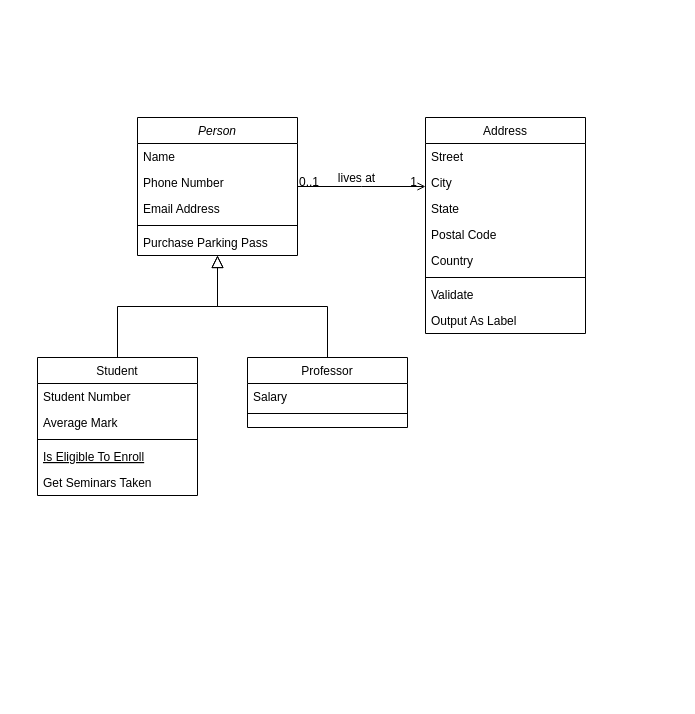
This is resources/charts/enigma_machine_class_diagram.drawio from earlution/enigma-machine, a draw.io file, before an edit. Source tidied: cells renumbered, new cells numbered last; positions are measured from the earlier drawing's top-left corner, leaving out a move shared by most shapes. Both pictures are drawn from the tidied source at 100%, with x=0, y=0 at pixel (37, 117).
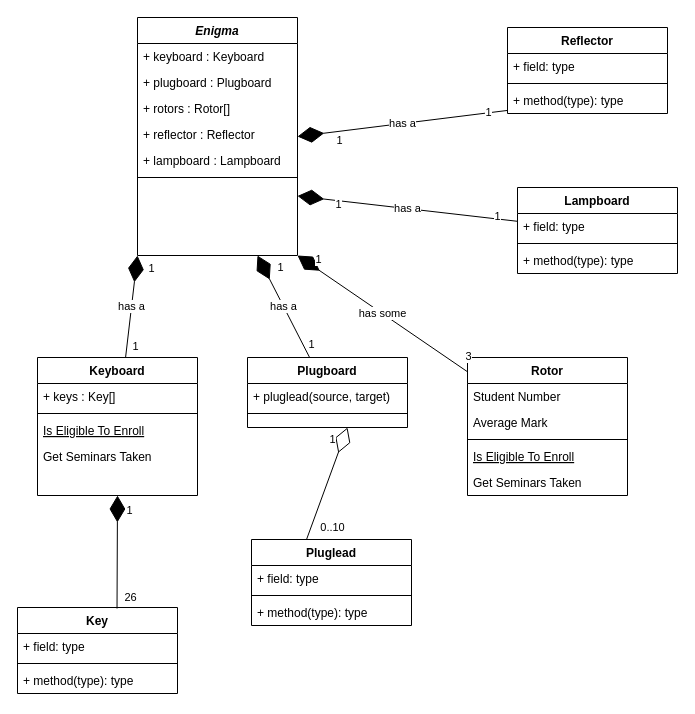
After the change.

Diff of the diagram source:
```diff
@@
-    <mxCell id="2" value="Person" style="swimlane;fontStyle=2;align=center;verticalAlign=top;horizontal=1;startSize=26;rounded=0;shadow=0;strokeWidth=1;" parent="1" vertex="1">
-      <mxGeometry x="100" width="160" height="138" as="geometry" />
+    <mxCell id="2" value="Enigma" style="swimlane;fontStyle=3;align=center;verticalAlign=top;horizontal=1;startSize=26;rounded=0;shadow=0;strokeWidth=1;" parent="1" vertex="1">
+      <mxGeometry x="100" y="-100" width="160" height="238" as="geometry" />
     </mxCell>
-    <mxCell id="3" value="Name" style="text;align=left;verticalAlign=top;spacingLeft=4;spacingRight=4;overflow=hidden;" parent="2" vertex="1">
+    <mxCell id="3" value="+ keyboard : Keyboard" style="text;align=left;verticalAlign=top;spacingLeft=4;spacingRight=4;overflow=hidden;" parent="2" vertex="1">
       <mxGeometry y="26" width="160" height="26" as="geometry" />
     </mxCell>
-    <mxCell id="4" value="Phone Number" style="text;align=left;verticalAlign=top;spacingLeft=4;spacingRight=4;overflow=hidden;rounded=0;shadow=0;html=0;" parent="2" vertex="1">
+    <mxCell id="4" value="+ plugboard : Plugboard" style="text;align=left;verticalAlign=top;spacingLeft=4;spacingRight=4;overflow=hidden;rounded=0;shadow=0;html=0;" parent="2" vertex="1">
       <mxGeometry y="52" width="160" height="26" as="geometry" />
     </mxCell>
-    <mxCell id="5" value="Email Address" style="text;align=left;verticalAlign=top;spacingLeft=4;spacingRight=4;overflow=hidden;rounded=0;shadow=0;html=0;" parent="2" vertex="1">
+    <mxCell id="5" value="+ rotors : Rotor[]&#10;" style="text;align=left;verticalAlign=top;spacingLeft=4;spacingRight=4;overflow=hidden;rounded=0;shadow=0;html=0;" parent="2" vertex="1">
       <mxGeometry y="78" width="160" height="26" as="geometry" />
     </mxCell>
+    <mxCell id="32" value="+ reflector : Reflector&#10;" style="text;align=left;verticalAlign=top;spacingLeft=4;spacingRight=4;overflow=hidden;rounded=0;shadow=0;html=0;" parent="2" vertex="1">
+      <mxGeometry y="104" width="160" height="26" as="geometry" />
+    </mxCell>
+    <mxCell id="33" value="+ lampboard : Lampboard&#10;" style="text;align=left;verticalAlign=top;spacingLeft=4;spacingRight=4;overflow=hidden;rounded=0;shadow=0;html=0;" parent="2" vertex="1">
+      <mxGeometry y="130" width="160" height="26" as="geometry" />
+    </mxCell>
     <mxCell id="6" style="line;html=1;strokeWidth=1;align=left;verticalAlign=middle;spacingTop=-1;spacingLeft=3;spacingRight=3;labelPosition=right;" parent="2" vertex="1">
-      <mxGeometry y="104" width="160" height="8" as="geometry" />
+      <mxGeometry y="156" width="160" height="8" as="geometry" />
     </mxCell>
-    <mxCell id="7" value="Purchase Parking Pass" style="text;align=left;verticalAlign=top;spacingLeft=4;spacingRight=4;overflow=hidden;" parent="2" vertex="1">
-      <mxGeometry y="112" width="160" height="26" as="geometry" />
-    </mxCell>
-    <mxCell id="8" value="Student" style="swimlane;fontStyle=0;align=center;verticalAlign=top;horizontal=1;startSize=26;rounded=0;shadow=0;strokeWidth=1;" parent="1" vertex="1">
+    <mxCell id="8" value="Keyboard" style="swimlane;fontStyle=1;align=center;verticalAlign=top;horizontal=1;startSize=26;rounded=0;shadow=0;strokeWidth=1;" parent="1" vertex="1">
       <mxGeometry y="240" width="160" height="138" as="geometry" />
     </mxCell>
-    <mxCell id="9" value="Student Number" style="text;align=left;verticalAlign=top;spacingLeft=4;spacingRight=4;overflow=hidden;" parent="8" vertex="1">
+    <mxCell id="9" value="+ keys : Key[]" style="text;align=left;verticalAlign=top;spacingLeft=4;spacingRight=4;overflow=hidden;" parent="8" vertex="1">
       <mxGeometry y="26" width="160" height="26" as="geometry" />
     </mxCell>
-    <mxCell id="10" value="Average Mark" style="text;align=left;verticalAlign=top;spacingLeft=4;spacingRight=4;overflow=hidden;rounded=0;shadow=0;html=0;" parent="8" vertex="1">
-      <mxGeometry y="52" width="160" height="26" as="geometry" />
-    </mxCell>
     <mxCell id="11" style="line;html=1;strokeWidth=1;align=left;verticalAlign=middle;spacingTop=-1;spacingLeft=3;spacingRight=3;labelPosition=right;" parent="8" vertex="1">
-      <mxGeometry y="78" width="160" height="8" as="geometry" />
+      <mxGeometry y="52" width="160" height="8" as="geometry" />
     </mxCell>
     <mxCell id="12" value="Is Eligible To Enroll" style="text;align=left;verticalAlign=top;spacingLeft=4;spacingRight=4;overflow=hidden;fontStyle=4;" parent="8" vertex="1">
-      <mxGeometry y="86" width="160" height="26" as="geometry" />
+      <mxGeometry y="60" width="160" height="26" as="geometry" />
     </mxCell>
     <mxCell id="13" value="Get Seminars Taken" style="text;align=left;verticalAlign=top;spacingLeft=4;spacingRight=4;overflow=hidden;" parent="8" vertex="1">
-      <mxGeometry y="112" width="160" height="26" as="geometry" />
+      <mxGeometry y="86" width="160" height="26" as="geometry" />
     </mxCell>
-    <mxCell id="14" style="endArrow=block;endSize=10;endFill=0;shadow=0;strokeWidth=1;rounded=0;edgeStyle=elbowEdgeStyle;elbow=vertical;" parent="1" edge="1" source="8" target="2">
-      <mxGeometry relative="1" as="geometry" />
-    </mxCell>
-    <mxCell id="15" value="Professor" style="swimlane;fontStyle=0;align=center;verticalAlign=top;horizontal=1;startSize=26;rounded=0;shadow=0;strokeWidth=1;" parent="1" vertex="1">
+    <mxCell id="15" value="Plugboard" style="swimlane;fontStyle=1;align=center;verticalAlign=top;horizontal=1;startSize=26;rounded=0;shadow=0;strokeWidth=1;" parent="1" vertex="1">
       <mxGeometry x="210" y="240" width="160" height="70" as="geometry" />
     </mxCell>
-    <mxCell id="16" value="Salary" style="text;align=left;verticalAlign=top;spacingLeft=4;spacingRight=4;overflow=hidden;" parent="15" vertex="1">
+    <mxCell id="16" value="+ pluglead(source, target)" style="text;align=left;verticalAlign=top;spacingLeft=4;spacingRight=4;overflow=hidden;" parent="15" vertex="1">
       <mxGeometry y="26" width="160" height="26" as="geometry" />
     </mxCell>
@@
+    <mxCell id="14" value="has a" style="endArrow=diamondThin;endFill=1;endSize=24;html=1;rounded=0;entryX=0;entryY=1;entryDx=0;entryDy=0;" parent="1" edge="1" source="8" target="2">
+      <mxGeometry relative="1" as="geometry" />
+    </mxCell>
+    <mxCell id="34" value="1" style="edgeLabel;html=1;align=center;verticalAlign=middle;" parent="14" vertex="1">
+      <mxGeometry x="-0.76" y="-2" relative="1" as="geometry">
+        <mxPoint x="6" as="offset" />
+      </mxGeometry>
+    </mxCell>
+    <mxCell id="35" value="1" style="edgeLabel;html=1;align=center;verticalAlign=middle;" parent="14" vertex="1">
+      <mxGeometry x="0.77" y="-4" relative="1" as="geometry">
+        <mxPoint x="11" as="offset" />
+      </mxGeometry>
+    </mxCell>
-    <mxCell id="18" style="endArrow=block;endSize=10;endFill=0;shadow=0;strokeWidth=1;rounded=0;edgeStyle=elbowEdgeStyle;elbow=vertical;" parent="1" edge="1" source="15" target="2">
+    <mxCell id="18" value="has a" style="endArrow=diamondThin;endFill=1;endSize=24;html=1;rounded=0;entryX=0.75;entryY=1;entryDx=0;entryDy=0;" parent="1" edge="1" source="15" target="2">
       <mxGeometry relative="1" as="geometry" />
     </mxCell>
-    <mxCell id="19" value="Address" style="swimlane;fontStyle=0;align=center;verticalAlign=top;horizontal=1;startSize=26;rounded=0;shadow=0;strokeWidth=1;" parent="1" vertex="1">
-      <mxGeometry x="388" width="160" height="216" as="geometry" />
-    </mxCell>
-    <mxCell id="20" value="Street" style="text;align=left;verticalAlign=top;spacingLeft=4;spacingRight=4;overflow=hidden;" parent="19" vertex="1">
-      <mxGeometry y="26" width="160" height="26" as="geometry" />
-    </mxCell>
-    <mxCell id="21" value="City" style="text;align=left;verticalAlign=top;spacingLeft=4;spacingRight=4;overflow=hidden;rounded=0;shadow=0;html=0;" parent="19" vertex="1">
-      <mxGeometry y="52" width="160" height="26" as="geometry" />
-    </mxCell>
-    <mxCell id="22" value="State" style="text;align=left;verticalAlign=top;spacingLeft=4;spacingRight=4;overflow=hidden;rounded=0;shadow=0;html=0;" parent="19" vertex="1">
-      <mxGeometry y="78" width="160" height="26" as="geometry" />
-    </mxCell>
-    <mxCell id="23" value="Postal Code" style="text;align=left;verticalAlign=top;spacingLeft=4;spacingRight=4;overflow=hidden;rounded=0;shadow=0;html=0;" parent="19" vertex="1">
-      <mxGeometry y="104" width="160" height="26" as="geometry" />
-    </mxCell>
-    <mxCell id="24" value="Country" style="text;align=left;verticalAlign=top;spacingLeft=4;spacingRight=4;overflow=hidden;rounded=0;shadow=0;html=0;" parent="19" vertex="1">
-      <mxGeometry y="130" width="160" height="26" as="geometry" />
-    </mxCell>
-    <mxCell id="25" style="line;html=1;strokeWidth=1;align=left;verticalAlign=middle;spacingTop=-1;spacingLeft=3;spacingRight=3;labelPosition=right;" parent="19" vertex="1">
-      <mxGeometry y="156" width="160" height="8" as="geometry" />
-    </mxCell>
-    <mxCell id="26" value="Validate" style="text;align=left;verticalAlign=top;spacingLeft=4;spacingRight=4;overflow=hidden;" parent="19" vertex="1">
-      <mxGeometry y="164" width="160" height="26" as="geometry" />
-    </mxCell>
-    <mxCell id="27" value="Output As Label" style="text;align=left;verticalAlign=top;spacingLeft=4;spacingRight=4;overflow=hidden;" parent="19" vertex="1">
-      <mxGeometry y="190" width="160" height="26" as="geometry" />
-    </mxCell>
-    <mxCell id="28" style="endArrow=open;shadow=0;strokeWidth=1;rounded=0;endFill=1;edgeStyle=elbowEdgeStyle;elbow=vertical;" parent="1" edge="1" source="2" target="19">
-      <mxGeometry x="0.5" y="41" relative="1" as="geometry">
-        <mxPoint x="-40" y="32" as="offset" />
-      </mxGeometry>
-    </mxCell>
-    <mxCell id="29" value="0..1" style="align=left;verticalAlign=bottom;labelBackgroundColor=none;fontSize=12;" parent="28" vertex="1">
-      <mxGeometry x="-1" relative="1" as="geometry">
-        <mxPoint y="4" as="offset" />
-      </mxGeometry>
-    </mxCell>
-    <mxCell id="30" value="1" style="align=right;verticalAlign=bottom;labelBackgroundColor=none;fontSize=12;" parent="28" vertex="1">
-      <mxGeometry x="1" relative="1" as="geometry">
-        <mxPoint x="-7" y="4" as="offset" />
-      </mxGeometry>
-    </mxCell>
-    <mxCell id="31" value="lives at" style="text;html=1;align=center;verticalAlign=middle;labelBackgroundColor=none;rounded=0;shadow=0;strokeWidth=1;fontSize=12;" parent="28" vertex="1">
-      <mxGeometry x="0.5" y="49" relative="1" as="geometry">
-        <mxPoint x="-38" y="40" as="offset" />
-      </mxGeometry>
-    </mxCell>
+    <mxCell id="36" value="1" style="edgeLabel;html=1;align=center;verticalAlign=middle;" parent="18" vertex="1">
+      <mxGeometry x="-0.76" y="-2" relative="1" as="geometry">
+        <mxPoint x="6" as="offset" />
+      </mxGeometry>
+    </mxCell>
+    <mxCell id="37" value="1" style="edgeLabel;html=1;align=center;verticalAlign=middle;" parent="18" vertex="1">
+      <mxGeometry x="0.84" y="6" relative="1" as="geometry">
+        <mxPoint x="24" as="offset" />
+      </mxGeometry>
+    </mxCell>
+    <mxCell id="38" value="Rotor" style="swimlane;fontStyle=1;align=center;verticalAlign=top;horizontal=1;startSize=26;rounded=0;shadow=0;strokeWidth=1;" parent="1" vertex="1">
+      <mxGeometry x="430" y="240" width="160" height="138" as="geometry" />
+    </mxCell>
+    <mxCell id="39" value="Student Number" style="text;align=left;verticalAlign=top;spacingLeft=4;spacingRight=4;overflow=hidden;" parent="38" vertex="1">
+      <mxGeometry y="26" width="160" height="26" as="geometry" />
+    </mxCell>
+    <mxCell id="10" value="Average Mark" style="text;align=left;verticalAlign=top;spacingLeft=4;spacingRight=4;overflow=hidden;rounded=0;shadow=0;html=0;" parent="38" vertex="1">
+      <mxGeometry y="52" width="160" height="26" as="geometry" />
+    </mxCell>
+    <mxCell id="40" style="line;html=1;strokeWidth=1;align=left;verticalAlign=middle;spacingTop=-1;spacingLeft=3;spacingRight=3;labelPosition=right;" parent="38" vertex="1">
+      <mxGeometry y="78" width="160" height="8" as="geometry" />
+    </mxCell>
+    <mxCell id="41" value="Is Eligible To Enroll" style="text;align=left;verticalAlign=top;spacingLeft=4;spacingRight=4;overflow=hidden;fontStyle=4;" parent="38" vertex="1">
+      <mxGeometry y="86" width="160" height="26" as="geometry" />
+    </mxCell>
+    <mxCell id="42" value="Get Seminars Taken" style="text;align=left;verticalAlign=top;spacingLeft=4;spacingRight=4;overflow=hidden;" parent="38" vertex="1">
+      <mxGeometry y="112" width="160" height="26" as="geometry" />
+    </mxCell>
+    <mxCell id="43" value="has some" style="endArrow=diamondThin;endFill=1;endSize=24;html=1;rounded=0;entryX=1;entryY=1;entryDx=0;entryDy=0;" parent="1" edge="1" source="38" target="2">
+      <mxGeometry relative="1" as="geometry" />
+    </mxCell>
+    <mxCell id="44" value="3" style="edgeLabel;html=1;align=center;verticalAlign=middle;" parent="43" vertex="1">
+      <mxGeometry x="-0.76" y="-2" relative="1" as="geometry">
+        <mxPoint x="20" as="offset" />
+      </mxGeometry>
+    </mxCell>
+    <mxCell id="45" value="1" style="edgeLabel;html=1;align=center;verticalAlign=middle;" parent="43" vertex="1">
+      <mxGeometry x="0.78" y="-3" relative="1" as="geometry">
+        <mxPoint y="-7" as="offset" />
+      </mxGeometry>
+    </mxCell>
+    <mxCell id="46" value="Reflector" style="swimlane;fontStyle=1;align=center;verticalAlign=top;horizontal=1;startSize=26;" parent="1" vertex="1">
+      <mxGeometry x="470" y="-90" width="160" height="86" as="geometry" />
+    </mxCell>
+    <mxCell id="47" value="+ field: type" style="text;strokeColor=none;fillColor=none;align=left;verticalAlign=top;spacingLeft=4;spacingRight=4;overflow=hidden;" parent="46" vertex="1">
+      <mxGeometry y="26" width="160" height="26" as="geometry" />
+    </mxCell>
+    <mxCell id="48" style="line;strokeWidth=1;fillColor=none;align=left;verticalAlign=middle;spacingTop=-1;spacingLeft=3;spacingRight=3;labelPosition=right;" parent="46" vertex="1">
+      <mxGeometry y="52" width="160" height="8" as="geometry" />
+    </mxCell>
+    <mxCell id="49" value="+ method(type): type" style="text;strokeColor=none;fillColor=none;align=left;verticalAlign=top;spacingLeft=4;spacingRight=4;overflow=hidden;points=[[0,0.5],[1,0.5]];portConstraint=eastwest;" parent="46" vertex="1">
+      <mxGeometry y="60" width="160" height="26" as="geometry" />
+    </mxCell>
+    <mxCell id="50" value="Lampboard" style="swimlane;fontStyle=1;align=center;verticalAlign=top;horizontal=1;startSize=26;" parent="1" vertex="1">
+      <mxGeometry x="480" y="70" width="160" height="86" as="geometry" />
+    </mxCell>
+    <mxCell id="51" value="+ field: type" style="text;strokeColor=none;fillColor=none;align=left;verticalAlign=top;spacingLeft=4;spacingRight=4;overflow=hidden;" parent="50" vertex="1">
+      <mxGeometry y="26" width="160" height="26" as="geometry" />
+    </mxCell>
+    <mxCell id="52" style="line;strokeWidth=1;fillColor=none;align=left;verticalAlign=middle;spacingTop=-1;spacingLeft=3;spacingRight=3;labelPosition=right;" parent="50" vertex="1">
+      <mxGeometry y="52" width="160" height="8" as="geometry" />
+    </mxCell>
+    <mxCell id="53" value="+ method(type): type" style="text;strokeColor=none;fillColor=none;align=left;verticalAlign=top;spacingLeft=4;spacingRight=4;overflow=hidden;" parent="50" vertex="1">
+      <mxGeometry y="60" width="160" height="26" as="geometry" />
+    </mxCell>
+    <mxCell id="54" value="has a" style="endArrow=diamondThin;endFill=1;endSize=24;html=1;rounded=0;entryX=1;entryY=0.5;entryDx=0;entryDy=0;" parent="1" edge="1" source="49" target="2">
+      <mxGeometry relative="1" as="geometry" />
+    </mxCell>
+    <mxCell id="55" value="1" style="edgeLabel;html=1;align=center;verticalAlign=middle;" parent="54" vertex="1">
+      <mxGeometry x="-0.76" y="-2" relative="1" as="geometry">
+        <mxPoint x="6" as="offset" />
+      </mxGeometry>
+    </mxCell>
+    <mxCell id="56" value="1" style="edgeLabel;html=1;align=center;verticalAlign=middle;" parent="54" vertex="1">
+      <mxGeometry x="0.84" y="6" relative="1" as="geometry">
+        <mxPoint x="24" as="offset" />
+      </mxGeometry>
+    </mxCell>
+    <mxCell id="57" value="has a" style="endArrow=diamondThin;endFill=1;endSize=24;html=1;rounded=0;entryX=1;entryY=0.75;entryDx=0;entryDy=0;" parent="1" edge="1" source="50" target="2">
+      <mxGeometry relative="1" as="geometry" />
+    </mxCell>
+    <mxCell id="58" value="1" style="edgeLabel;html=1;align=center;verticalAlign=middle;" parent="57" vertex="1">
+      <mxGeometry x="-0.76" y="-2" relative="1" as="geometry">
+        <mxPoint x="6" as="offset" />
+      </mxGeometry>
+    </mxCell>
+    <mxCell id="59" value="1" style="edgeLabel;html=1;align=center;verticalAlign=middle;" parent="57" vertex="1">
+      <mxGeometry x="0.84" y="6" relative="1" as="geometry">
+        <mxPoint x="24" as="offset" />
+      </mxGeometry>
+    </mxCell>
+    <mxCell id="60" value="Pluglead" style="swimlane;fontStyle=1;align=center;verticalAlign=top;horizontal=1;startSize=26;" parent="1" vertex="1">
+      <mxGeometry x="214" y="422" width="160" height="86" as="geometry" />
+    </mxCell>
+    <mxCell id="61" value="+ field: type" style="text;strokeColor=none;fillColor=none;align=left;verticalAlign=top;spacingLeft=4;spacingRight=4;overflow=hidden;" parent="60" vertex="1">
+      <mxGeometry y="26" width="160" height="26" as="geometry" />
+    </mxCell>
+    <mxCell id="62" style="line;strokeWidth=1;fillColor=none;align=left;verticalAlign=middle;spacingTop=-1;spacingLeft=3;spacingRight=3;labelPosition=right;" parent="60" vertex="1">
+      <mxGeometry y="52" width="160" height="8" as="geometry" />
+    </mxCell>
+    <mxCell id="63" value="+ method(type): type" style="text;strokeColor=none;fillColor=none;align=left;verticalAlign=top;spacingLeft=4;spacingRight=4;overflow=hidden;" parent="60" vertex="1">
+      <mxGeometry y="60" width="160" height="26" as="geometry" />
+    </mxCell>
+    <mxCell id="64" style="endArrow=diamondThin;endFill=0;endSize=24;html=1;rounded=0;exitX=0.344;exitY=0;exitDx=0;exitDy=0;exitPerimeter=0;" parent="1" edge="1" source="60">
+      <mxGeometry relative="1" as="geometry">
+        <mxPoint x="310" y="310" as="targetPoint" />
+      </mxGeometry>
+    </mxCell>
+    <mxCell id="65" value="1" style="edgeLabel;html=1;align=center;verticalAlign=middle;" parent="64" vertex="1">
+      <mxGeometry x="0.77" y="-1" relative="1" as="geometry">
+        <mxPoint x="-12" y="-1" as="offset" />
+      </mxGeometry>
+    </mxCell>
+    <mxCell id="66" value="0..10" style="edgeLabel;html=1;align=center;verticalAlign=middle;" parent="64" vertex="1">
+      <mxGeometry x="-0.65" y="-1" relative="1" as="geometry">
+        <mxPoint x="17" y="7" as="offset" />
+      </mxGeometry>
+    </mxCell>
+    <mxCell id="67" value="Key" style="swimlane;fontStyle=1;align=center;verticalAlign=top;horizontal=1;startSize=26;" parent="1" vertex="1">
+      <mxGeometry x="-20" y="490" width="160" height="86" as="geometry" />
+    </mxCell>
+    <mxCell id="68" value="+ field: type" style="text;strokeColor=none;fillColor=none;align=left;verticalAlign=top;spacingLeft=4;spacingRight=4;overflow=hidden;" parent="67" vertex="1">
+      <mxGeometry y="26" width="160" height="26" as="geometry" />
+    </mxCell>
+    <mxCell id="69" style="line;strokeWidth=1;fillColor=none;align=left;verticalAlign=middle;spacingTop=-1;spacingLeft=3;spacingRight=3;labelPosition=right;" parent="67" vertex="1">
+      <mxGeometry y="52" width="160" height="8" as="geometry" />
+    </mxCell>
+    <mxCell id="70" value="+ method(type): type" style="text;strokeColor=none;fillColor=none;align=left;verticalAlign=top;spacingLeft=4;spacingRight=4;overflow=hidden;" parent="67" vertex="1">
+      <mxGeometry y="60" width="160" height="26" as="geometry" />
+    </mxCell>
+    <mxCell id="71" style="endArrow=diamondThin;endFill=1;endSize=24;html=1;rounded=0;entryX=0.5;entryY=1;entryDx=0;entryDy=0;exitX=0.622;exitY=0.012;exitDx=0;exitDy=0;exitPerimeter=0;" parent="1" edge="1" source="67" target="8">
+      <mxGeometry relative="1" as="geometry" />
+    </mxCell>
+    <mxCell id="72" value="1" style="edgeLabel;html=1;align=center;verticalAlign=middle;" parent="71" vertex="1">
+      <mxGeometry x="0.75" y="-2" relative="1" as="geometry">
+        <mxPoint x="10" as="offset" />
+      </mxGeometry>
+    </mxCell>
+    <mxCell id="73" value="26" style="edgeLabel;html=1;align=center;verticalAlign=middle;" parent="71" vertex="1">
+      <mxGeometry x="-0.78" y="-2" relative="1" as="geometry">
+        <mxPoint x="11" as="offset" />
+      </mxGeometry>
+    </mxCell>
```
